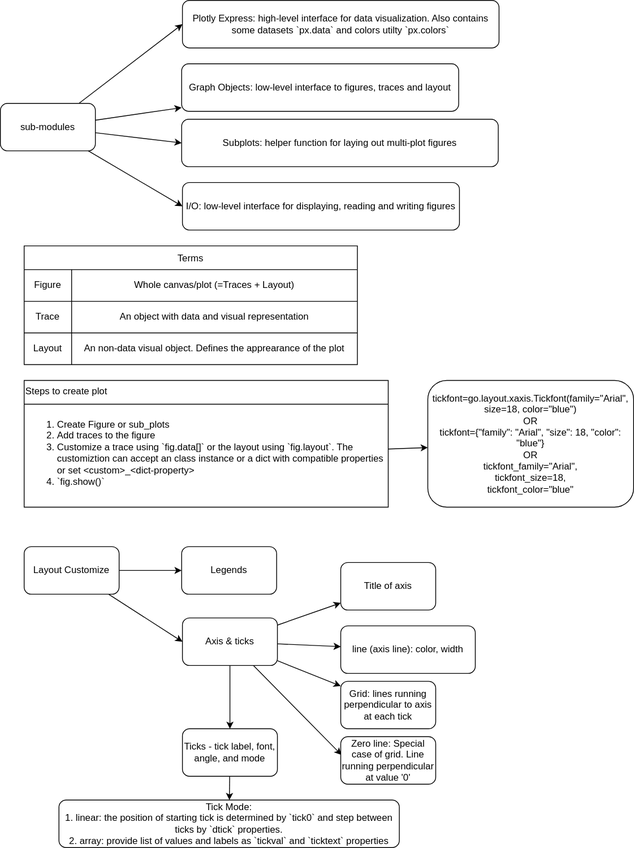
The draw.io diagram src/content/docs/Python/packages/plotly.drawio.svg in ritesh28/cheats-starlight, before a commit. Source tidied: cells renumbered, new cells last; positions are measured from the earlier drawing's top-left corner, leaving out a move shared by most shapes.
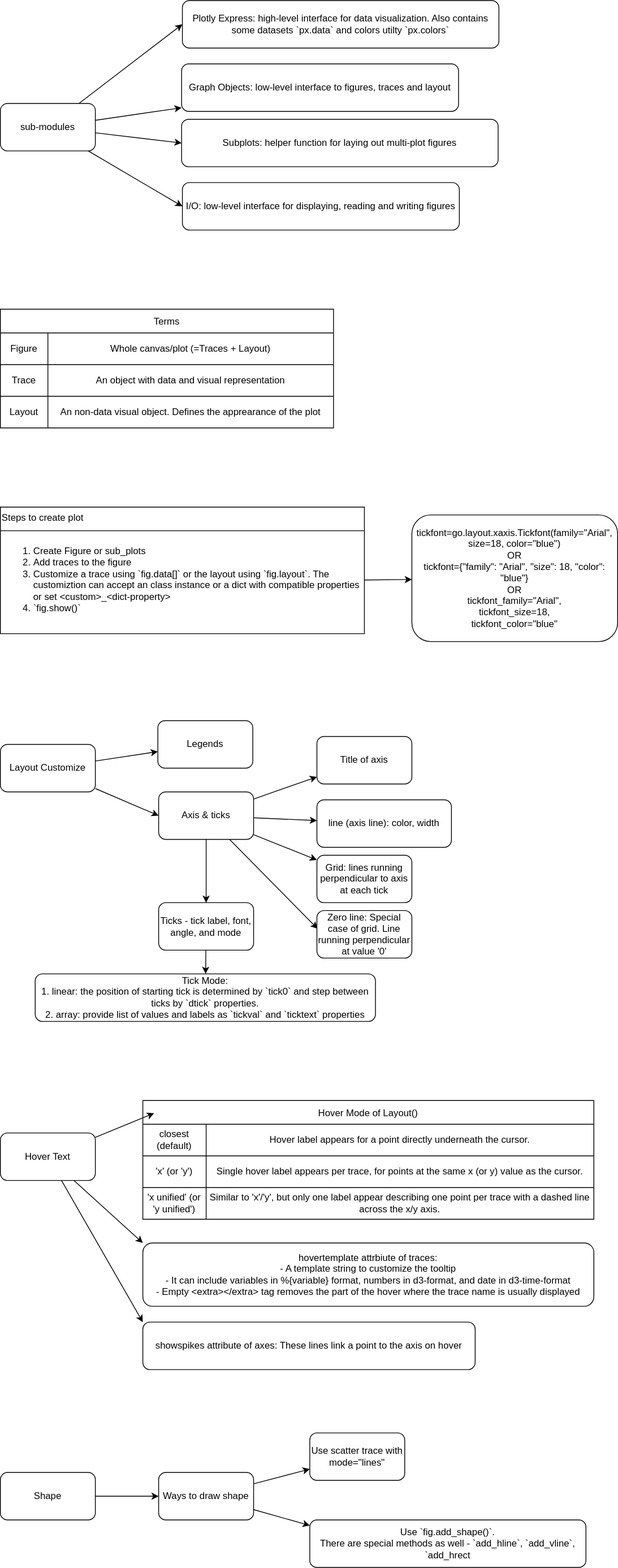
The same diagram one commit later.

Diff of the diagram source:
```diff
@@ -15,22 +15,22 @@
       <mxGeometry relative="1" as="geometry" />
     </mxCell>
     <mxCell id="6" value="sub-modules" style="rounded=1;whiteSpace=wrap;html=1;" parent="1" vertex="1">
-      <mxGeometry y="130" width="120" height="60" as="geometry" />
+      <mxGeometry x="30" y="90" width="120" height="60" as="geometry" />
     </mxCell>
     <mxCell id="7" value="Plotly Express: high-level interface for data visualization. Also contains some datasets `px.data` and colors utilty `px.colors`" style="rounded=1;whiteSpace=wrap;html=1;" parent="1" vertex="1">
-      <mxGeometry x="230" width="400" height="60" as="geometry" />
+      <mxGeometry x="260" y="-40" width="400" height="60" as="geometry" />
     </mxCell>
     <mxCell id="8" value="Graph Objects: low-level interface to figures, traces and layout" style="rounded=1;whiteSpace=wrap;html=1;" parent="1" vertex="1">
-      <mxGeometry x="229" y="80" width="350" height="60" as="geometry" />
+      <mxGeometry x="259" y="40" width="350" height="60" as="geometry" />
     </mxCell>
     <mxCell id="9" value="Subplots: helper function for laying out multi-plot figures" style="rounded=1;whiteSpace=wrap;html=1;" parent="1" vertex="1">
-      <mxGeometry x="229" y="150" width="400" height="60" as="geometry" />
+      <mxGeometry x="259" y="110" width="400" height="60" as="geometry" />
     </mxCell>
     <mxCell id="10" value="I/O: low-level interface for displaying, reading and writing figures" style="rounded=1;whiteSpace=wrap;html=1;" parent="1" vertex="1">
-      <mxGeometry x="230" y="230" width="350" height="60" as="geometry" />
+      <mxGeometry x="260" y="190" width="350" height="60" as="geometry" />
     </mxCell>
     <mxCell id="11" value="Terms" style="shape=table;startSize=30;" parent="1" vertex="1">
-      <mxGeometry x="30" y="310" width="421" height="150" as="geometry" />
+      <mxGeometry x="30" y="350" width="421" height="150" as="geometry" />
     </mxCell>
     <mxCell id="12" style="shape=tableRow;horizontal=0;startSize=0;swimlaneHead=0;swimlaneBody=0;strokeColor=inherit;top=0;left=0;bottom=0;right=0;fillColor=none;" parent="11" vertex="1">
       <mxGeometry y="30" width="421" height="40" as="geometry" />
@@ -60,7 +60,7 @@
       <mxGeometry x="60" width="361" height="40" as="geometry" />
     </mxCell>
     <mxCell id="21" value="Steps to create plot" style="shape=table;startSize=30;align=left;verticalAlign=top;" parent="1" vertex="1">
-      <mxGeometry x="30" y="480" width="460" height="160" as="geometry" />
+      <mxGeometry x="30" y="600" width="460" height="160" as="geometry" />
     </mxCell>
     <mxCell id="22" style="shape=tableRow;horizontal=0;startSize=0;swimlaneHead=0;swimlaneBody=0;strokeColor=inherit;top=0;left=0;bottom=0;right=0;fillColor=none;points=[[0,0.5],[1,0.5]];portConstraint=eastwest;" parent="21" vertex="1">
       <mxGeometry y="30" width="460" height="130" as="geometry" />
@@ -75,10 +75,10 @@
       <mxGeometry relative="1" as="geometry" />
     </mxCell>
     <mxCell id="26" value="Layout Customize" style="rounded=1;whiteSpace=wrap;html=1;" parent="1" vertex="1">
-      <mxGeometry x="30" y="690" width="120" height="60" as="geometry" />
+      <mxGeometry x="30" y="900" width="120" height="60" as="geometry" />
     </mxCell>
     <mxCell id="27" value="Legends" style="rounded=1;whiteSpace=wrap;html=1;" parent="1" vertex="1">
-      <mxGeometry x="229" y="690" width="120" height="60" as="geometry" />
+      <mxGeometry x="229" y="870" width="120" height="60" as="geometry" />
     </mxCell>
     <mxCell id="28" style="edgeStyle=none;html=1;" parent="1" edge="1" source="33" target="34">
       <mxGeometry relative="1" as="geometry" />
@@ -96,34 +96,103 @@
       <mxGeometry relative="1" as="geometry" />
     </mxCell>
     <mxCell id="33" value="Axis &amp;amp; ticks" style="rounded=1;whiteSpace=wrap;html=1;" parent="1" vertex="1">
-      <mxGeometry x="230" y="780" width="120" height="60" as="geometry" />
+      <mxGeometry x="230" y="960" width="120" height="60" as="geometry" />
     </mxCell>
     <mxCell id="34" value="&lt;div&gt;&lt;span style=&quot;background-color: transparent;&quot;&gt;Title of axis&lt;/span&gt;&lt;/div&gt;" style="rounded=1;whiteSpace=wrap;html=1;" parent="1" vertex="1">
-      <mxGeometry x="430" y="710" width="120" height="60" as="geometry" />
+      <mxGeometry x="430" y="890" width="120" height="60" as="geometry" />
     </mxCell>
     <mxCell id="35" style="edgeStyle=none;html=1;" parent="1" edge="1" source="36" target="37">
       <mxGeometry relative="1" as="geometry" />
     </mxCell>
     <mxCell id="36" value="Ticks - tick label, font, angle, and mode" style="rounded=1;whiteSpace=wrap;html=1;" parent="1" vertex="1">
-      <mxGeometry x="230" y="920" width="120" height="60" as="geometry" />
+      <mxGeometry x="230" y="1100" width="120" height="60" as="geometry" />
     </mxCell>
     <mxCell id="37" value="Tick Mode:&lt;div&gt;1. linear:&amp;nbsp;the position of starting tick is determined by `tick0` and step between ticks by `dtick` properties.&lt;/div&gt;&lt;div&gt;2. array:&amp;nbsp;provide list of values and labels as `tickval` and `ticktext` properties&lt;/div&gt;" style="rounded=1;whiteSpace=wrap;html=1;" parent="1" vertex="1">
-      <mxGeometry x="74" y="1010" width="430" height="60" as="geometry" />
+      <mxGeometry x="74" y="1190" width="430" height="60" as="geometry" />
     </mxCell>
     <mxCell id="38" value="Grid: lines running perpendicular to axis at each tick" style="rounded=1;whiteSpace=wrap;html=1;" parent="1" vertex="1">
-      <mxGeometry x="430" y="860" width="120" height="60" as="geometry" />
+      <mxGeometry x="430" y="1040" width="120" height="60" as="geometry" />
     </mxCell>
     <mxCell id="39" value="Zero line: Special case of grid. Line running perpendicular at value '0'" style="rounded=1;whiteSpace=wrap;html=1;" parent="1" vertex="1">
-      <mxGeometry x="430" y="930" width="120" height="60" as="geometry" />
+      <mxGeometry x="430" y="1110" width="120" height="60" as="geometry" />
     </mxCell>
     <mxCell id="40" value="line (axis line): color, width" style="rounded=1;whiteSpace=wrap;html=1;" parent="1" vertex="1">
-      <mxGeometry x="430" y="790" width="170" height="60" as="geometry" />
+      <mxGeometry x="430" y="970" width="170" height="60" as="geometry" />
     </mxCell>
     <mxCell id="41" value="&lt;font&gt;tickfont=go.layout.xaxis.Tickfont(family=&quot;Arial&quot;, size=18, color=&quot;blue&quot;)&lt;br&gt;&lt;/font&gt;&lt;div&gt;&lt;font&gt;OR&lt;/font&gt;&lt;/div&gt;&lt;div&gt;&lt;font&gt;tickfont={&quot;family&quot;: &quot;Arial&quot;, &quot;size&quot;: 18, &quot;color&quot;: &quot;blue&quot;}&lt;/font&gt;&lt;/div&gt;&lt;div&gt;&lt;font&gt;OR&lt;/font&gt;&lt;/div&gt;&lt;div&gt;&lt;font&gt;tickfont_family=&quot;Arial&quot;,&lt;/font&gt;&lt;/div&gt;&lt;div&gt;&lt;font&gt;tickfont_size=18,&lt;/font&gt;&lt;/div&gt;&lt;div&gt;&lt;font&gt;tickfont_color=&quot;blue&quot;&lt;/font&gt;&lt;/div&gt;" style="rounded=1;whiteSpace=wrap;html=1;" parent="1" vertex="1">
-      <mxGeometry x="540" y="480" width="260" height="160" as="geometry" />
+      <mxGeometry x="550" y="610" width="260" height="160" as="geometry" />
     </mxCell>
     <mxCell id="42" style="edgeStyle=none;html=1;" parent="1" edge="1" source="22" target="41">
       <mxGeometry relative="1" as="geometry" />
     </mxCell>
+    <mxCell id="43" style="edgeStyle=none;html=1;entryX=0;entryY=0;entryDx=0;entryDy=0;" parent="1" edge="1" source="45" target="57">
+      <mxGeometry relative="1" as="geometry" />
+    </mxCell>
+    <mxCell id="44" style="edgeStyle=none;html=1;entryX=0;entryY=0;entryDx=0;entryDy=0;" parent="1" edge="1" source="45" target="58">
+      <mxGeometry relative="1" as="geometry" />
+    </mxCell>
+    <mxCell id="45" value="Hover Text" style="rounded=1;whiteSpace=wrap;html=1;" parent="1" vertex="1">
+      <mxGeometry x="30" y="1391" width="120" height="60" as="geometry" />
+    </mxCell>
+    <mxCell id="46" value="Hover Mode of Layout()" style="shape=table;startSize=30;" parent="1" vertex="1">
+      <mxGeometry x="210" y="1350" width="570" height="150" as="geometry" />
+    </mxCell>
+    <mxCell id="47" style="shape=tableRow;horizontal=0;startSize=0;swimlaneHead=0;swimlaneBody=0;strokeColor=inherit;top=0;left=0;bottom=0;right=0;fillColor=none;" parent="46" vertex="1">
+      <mxGeometry y="30" width="570" height="40" as="geometry" />
+    </mxCell>
+    <mxCell id="48" value="closest (default)" style="shape=partialRectangle;html=1;whiteSpace=wrap;strokeColor=inherit;overflow=hidden;fillColor=none;top=0;left=0;bottom=0;right=0;" parent="47" vertex="1">
+      <mxGeometry width="80" height="40" as="geometry" />
+    </mxCell>
+    <mxCell id="49" value="Hover label appears for a point directly underneath the cursor." style="shape=partialRectangle;html=1;whiteSpace=wrap;strokeColor=inherit;overflow=hidden;fillColor=none;top=0;left=0;bottom=0;right=0;" parent="47" vertex="1">
+      <mxGeometry x="80" width="490" height="40" as="geometry" />
+    </mxCell>
+    <mxCell id="50" style="shape=tableRow;horizontal=0;startSize=0;swimlaneHead=0;swimlaneBody=0;strokeColor=inherit;top=0;left=0;bottom=0;right=0;fillColor=none;" parent="46" vertex="1">
+      <mxGeometry y="70" width="570" height="40" as="geometry" />
+    </mxCell>
+    <mxCell id="51" value="'x' (or 'y')" style="shape=partialRectangle;html=1;whiteSpace=wrap;strokeColor=inherit;overflow=hidden;fillColor=none;top=0;left=0;bottom=0;right=0;" parent="50" vertex="1">
+      <mxGeometry width="80" height="40" as="geometry" />
+    </mxCell>
+    <mxCell id="52" value="Single hover label appears per trace, for points at the same x (or y) value as the cursor." style="shape=partialRectangle;html=1;whiteSpace=wrap;strokeColor=inherit;overflow=hidden;fillColor=none;top=0;left=0;bottom=0;right=0;" parent="50" vertex="1">
+      <mxGeometry x="80" width="490" height="40" as="geometry" />
+    </mxCell>
+    <mxCell id="53" style="shape=tableRow;horizontal=0;startSize=0;swimlaneHead=0;swimlaneBody=0;strokeColor=inherit;top=0;left=0;bottom=0;right=0;fillColor=none;" parent="46" vertex="1">
+      <mxGeometry y="110" width="570" height="40" as="geometry" />
+    </mxCell>
+    <mxCell id="54" value="'x unified' (or 'y unified')" style="shape=partialRectangle;html=1;whiteSpace=wrap;strokeColor=inherit;overflow=hidden;fillColor=none;top=0;left=0;bottom=0;right=0;" parent="53" vertex="1">
+      <mxGeometry width="80" height="40" as="geometry" />
+    </mxCell>
+    <mxCell id="55" value="Similar to 'x'/'y', but only one label appear describing one point per trace with a dashed line across the x/y axis.&amp;nbsp;" style="shape=partialRectangle;html=1;whiteSpace=wrap;strokeColor=inherit;overflow=hidden;fillColor=none;top=0;left=0;bottom=0;right=0;" parent="53" vertex="1">
+      <mxGeometry x="80" width="490" height="40" as="geometry" />
+    </mxCell>
+    <mxCell id="56" style="edgeStyle=none;html=1;entryX=0.025;entryY=0.107;entryDx=0;entryDy=0;entryPerimeter=0;" parent="1" edge="1" source="45" target="46">
+      <mxGeometry relative="1" as="geometry" />
+    </mxCell>
+    <mxCell id="57" value="hovertemplate attrbiute of traces:&lt;div&gt;- A template string to customize the tooltip&lt;/div&gt;&lt;div&gt;- It&amp;nbsp;can include variables in %{variable} format, numbers in d3-format, and date in d3-time-format&lt;/div&gt;&lt;div&gt;- Empty &amp;lt;extra&amp;gt;&amp;lt;/extra&amp;gt; tag removes the part of the hover where the trace name is usually displayed&lt;/div&gt;" style="rounded=1;whiteSpace=wrap;html=1;" parent="1" vertex="1">
+      <mxGeometry x="210" y="1530" width="570" height="80" as="geometry" />
+    </mxCell>
+    <mxCell id="58" value="showspikes attribute of axes: These lines link a point to the axis on hover" style="rounded=1;whiteSpace=wrap;html=1;" parent="1" vertex="1">
+      <mxGeometry x="210" y="1630" width="420" height="60" as="geometry" />
+    </mxCell>
+    <mxCell id="59" style="edgeStyle=none;html=1;" parent="1" edge="1" source="60" target="63">
+      <mxGeometry relative="1" as="geometry" />
+    </mxCell>
+    <mxCell id="60" value="Shape" style="rounded=1;whiteSpace=wrap;html=1;" parent="1" vertex="1">
+      <mxGeometry x="30" y="1820" width="120" height="60" as="geometry" />
+    </mxCell>
+    <mxCell id="61" style="edgeStyle=none;html=1;" parent="1" edge="1" source="63" target="64">
+      <mxGeometry relative="1" as="geometry" />
+    </mxCell>
+    <mxCell id="62" style="edgeStyle=none;html=1;entryX=0;entryY=0.117;entryDx=0;entryDy=0;entryPerimeter=0;" parent="1" edge="1" source="63" target="65">
+      <mxGeometry relative="1" as="geometry" />
+    </mxCell>
+    <mxCell id="63" value="Ways to draw shape" style="rounded=1;whiteSpace=wrap;html=1;" parent="1" vertex="1">
+      <mxGeometry x="230" y="1820" width="120" height="60" as="geometry" />
+    </mxCell>
+    <mxCell id="64" value="Use scatter trace with mode=&quot;lines&quot;" style="rounded=1;whiteSpace=wrap;html=1;" parent="1" vertex="1">
+      <mxGeometry x="421" y="1770" width="120" height="60" as="geometry" />
+    </mxCell>
+    <mxCell id="65" value="Use `fig.add_shape()`.&lt;div&gt;There are special methods as well - `add_hline`, `add_vline`, `add_hrect&lt;/div&gt;" style="rounded=1;whiteSpace=wrap;html=1;" parent="1" vertex="1">
+      <mxGeometry x="421" y="1880" width="349" height="60" as="geometry" />
+    </mxCell>
   </root>
 </mxGraphModel>
```
